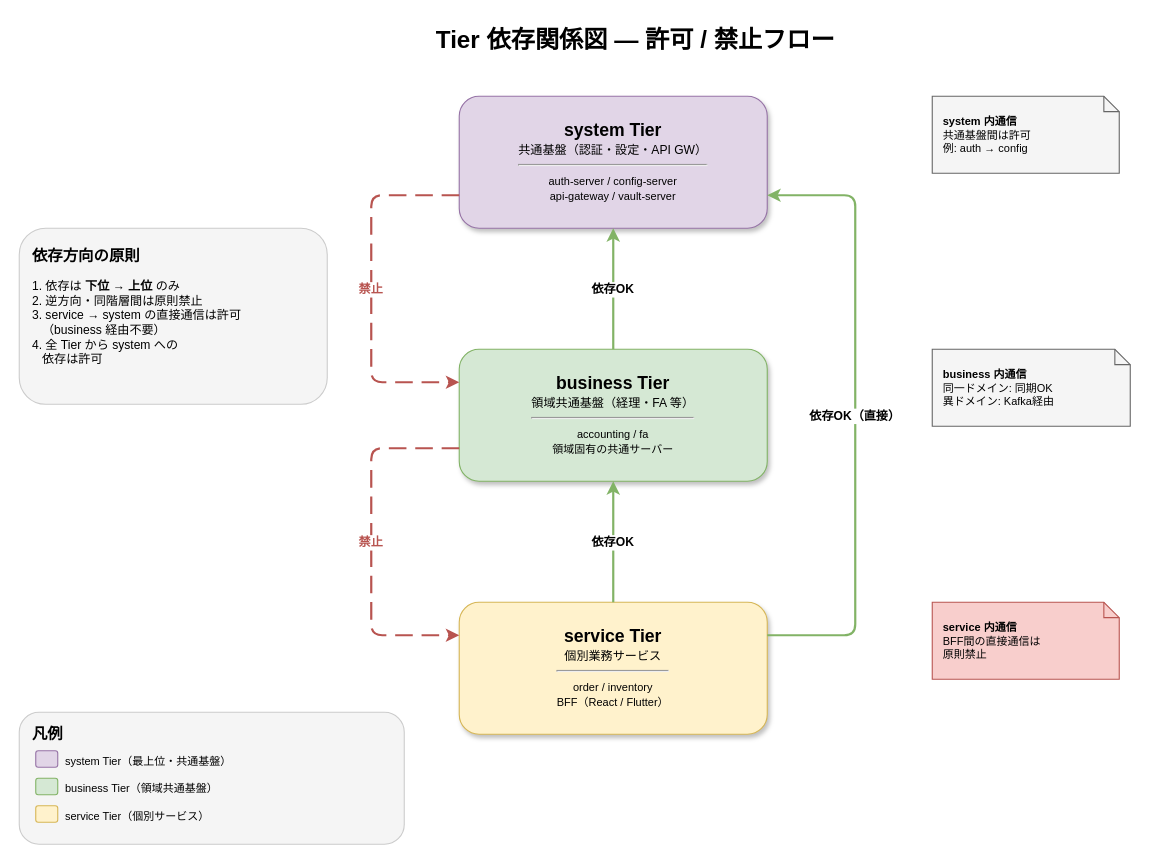
RyuheiKiso/k1s0 keeps this draw.io diagram as docs/architecture/overview/images/tier-dependency-flow.drawio. Above is the earlier version. Source tidied: cells renumbered, new cells numbered last; positions are measured from the earlier drawing's top-left corner, leaving out a move shared by most shapes. Both pictures are drawn from the tidied source at 110%, with x=0, y=0 at pixel (19, 19).
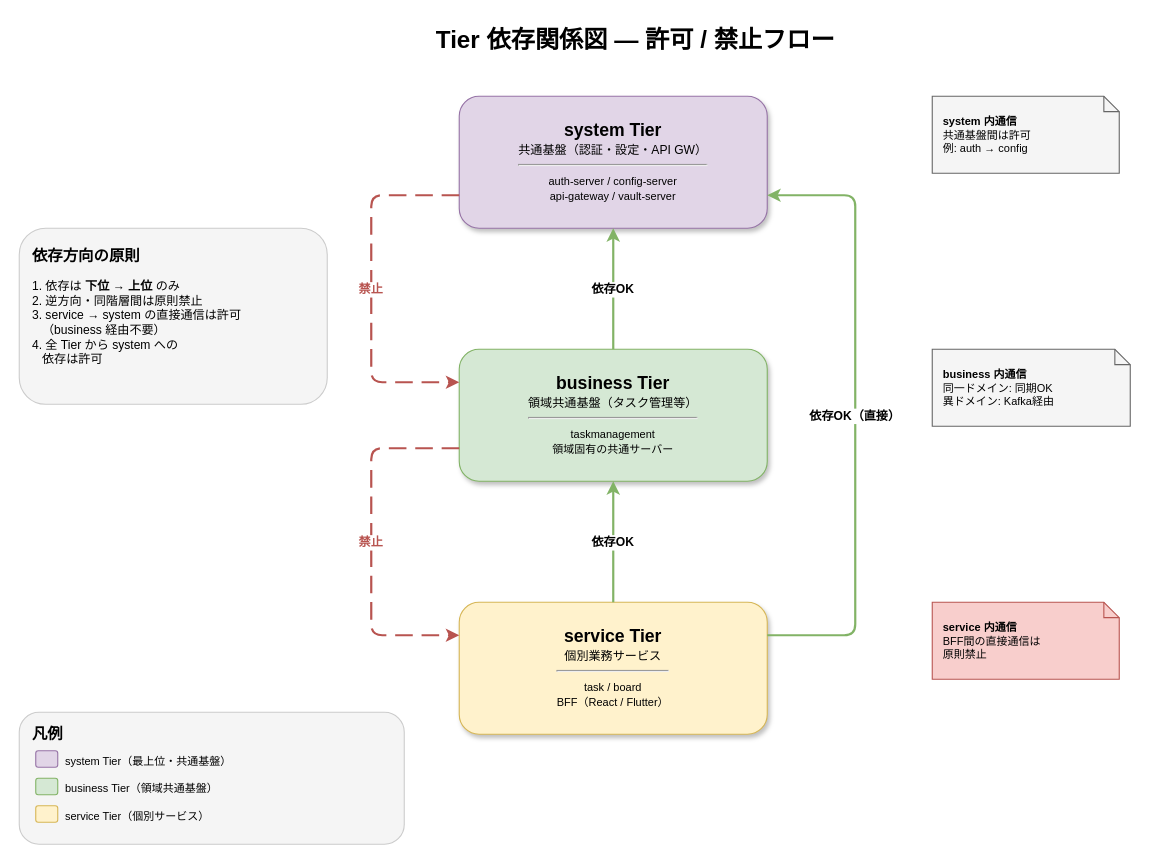
The same page after the edit.

Diff of the diagram source:
```diff
@@
-    <mxCell id="4" value="&lt;b style=&quot;font-size:16px&quot;&gt;business Tier&lt;/b&gt;&lt;br&gt;&lt;font style=&quot;font-size:11px&quot;&gt;領域共通基盤（経理・FA 等）&lt;/font&gt;&lt;br&gt;&lt;hr&gt;&lt;font style=&quot;font-size:10px&quot;&gt;accounting / fa&lt;br&gt;領域固有の共通サーバー&lt;/font&gt;" style="rounded=1;whiteSpace=wrap;html=1;shadow=1;fillColor=#D5E8D4;strokeColor=#82B366;fontSize=12;verticalAlign=middle;" parent="1" vertex="1">
+    <mxCell id="4" value="&lt;b style=&quot;font-size:16px&quot;&gt;business Tier&lt;/b&gt;&lt;br&gt;&lt;font style=&quot;font-size:11px&quot;&gt;領域共通基盤（タスク管理等）&lt;/font&gt;&lt;br&gt;&lt;hr&gt;&lt;font style=&quot;font-size:10px&quot;&gt;taskmanagement&lt;br&gt;領域固有の共通サーバー&lt;/font&gt;" style="rounded=1;whiteSpace=wrap;html=1;shadow=1;fillColor=#D5E8D4;strokeColor=#82B366;fontSize=12;verticalAlign=middle;" parent="1" vertex="1">
       <mxGeometry x="400" y="300" width="280" height="120" as="geometry" />
     </mxCell>
-    <mxCell id="5" value="&lt;b style=&quot;font-size:16px&quot;&gt;service Tier&lt;/b&gt;&lt;br&gt;&lt;font style=&quot;font-size:11px&quot;&gt;個別業務サービス&lt;/font&gt;&lt;br&gt;&lt;hr&gt;&lt;font style=&quot;font-size:10px&quot;&gt;order / inventory&lt;br&gt;BFF（React / Flutter）&lt;/font&gt;" style="rounded=1;whiteSpace=wrap;html=1;shadow=1;fillColor=#FFF2CC;strokeColor=#D6B656;fontSize=12;verticalAlign=middle;" parent="1" vertex="1">
+    <mxCell id="5" value="&lt;b style=&quot;font-size:16px&quot;&gt;service Tier&lt;/b&gt;&lt;br&gt;&lt;font style=&quot;font-size:11px&quot;&gt;個別業務サービス&lt;/font&gt;&lt;br&gt;&lt;hr&gt;&lt;font style=&quot;font-size:10px&quot;&gt;task / board&lt;br&gt;BFF（React / Flutter）&lt;/font&gt;" style="rounded=1;whiteSpace=wrap;html=1;shadow=1;fillColor=#FFF2CC;strokeColor=#D6B656;fontSize=12;verticalAlign=middle;" parent="1" vertex="1">
       <mxGeometry x="400" y="530" width="280" height="120" as="geometry" />
     </mxCell>
```
